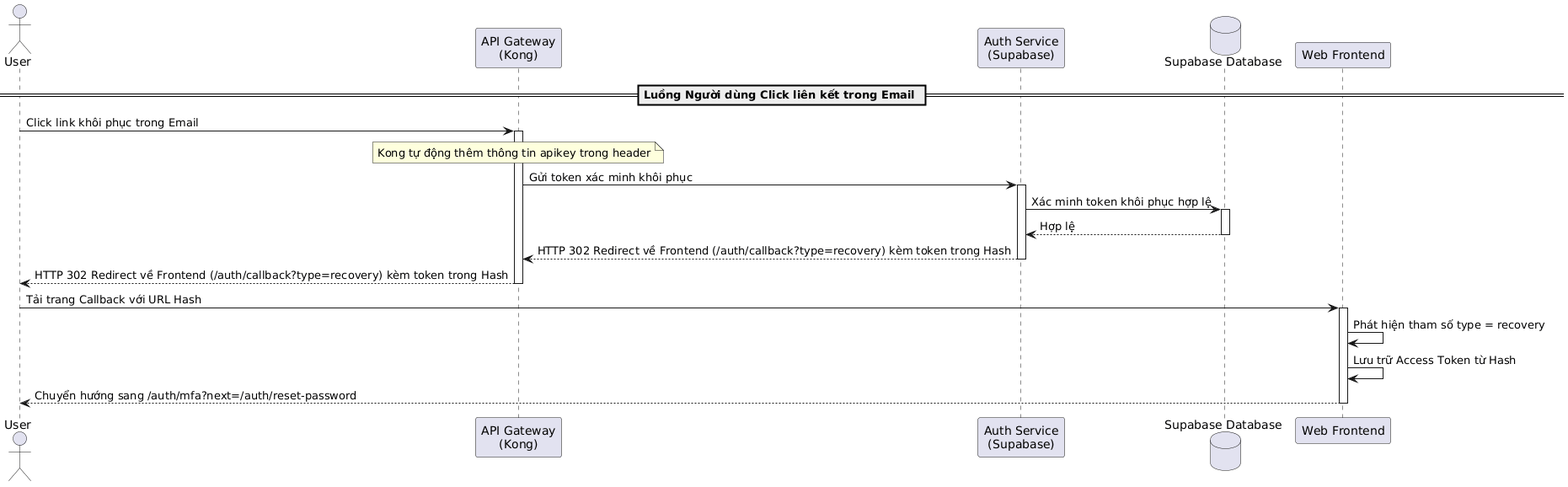
Earlier version of the PlantUML export latex/contents/Sequence/UML-Sequence-UserEmailLinkVerificationRedirect.png (20206205Tech/docs-latex). Source of this version:
```plantuml
@startuml
actor "User" as User
participant "API Gateway\n(Kong)" as Kong
participant "Auth Service\n(Supabase)" as AuthService
database "Supabase Database" as DB
participant "Web Frontend" as Frontend

== Luồng Người dùng Click liên kết trong Email ==
User -> Kong: Click link khôi phục trong Email
activate Kong
note over Kong: Kong tự động thêm thông tin apikey trong header
Kong -> AuthService: Gửi token xác minh khôi phục
activate AuthService
AuthService -> DB: Xác minh token khôi phục hợp lệ
activate DB
DB --> AuthService: Hợp lệ
deactivate DB
AuthService --> Kong: HTTP 302 Redirect về Frontend (/auth/callback?type=recovery) kèm token trong Hash
deactivate AuthService
Kong --> User: HTTP 302 Redirect về Frontend (/auth/callback?type=recovery) kèm token trong Hash
deactivate Kong

User -> Frontend: Tải trang Callback với URL Hash
activate Frontend
Frontend -> Frontend: Phát hiện tham số type = recovery
Frontend -> Frontend: Lưu trữ Access Token từ Hash
Frontend --> User: Chuyển hướng sang /auth/mfa?next=/auth/reset-password
deactivate Frontend
@enduml
```
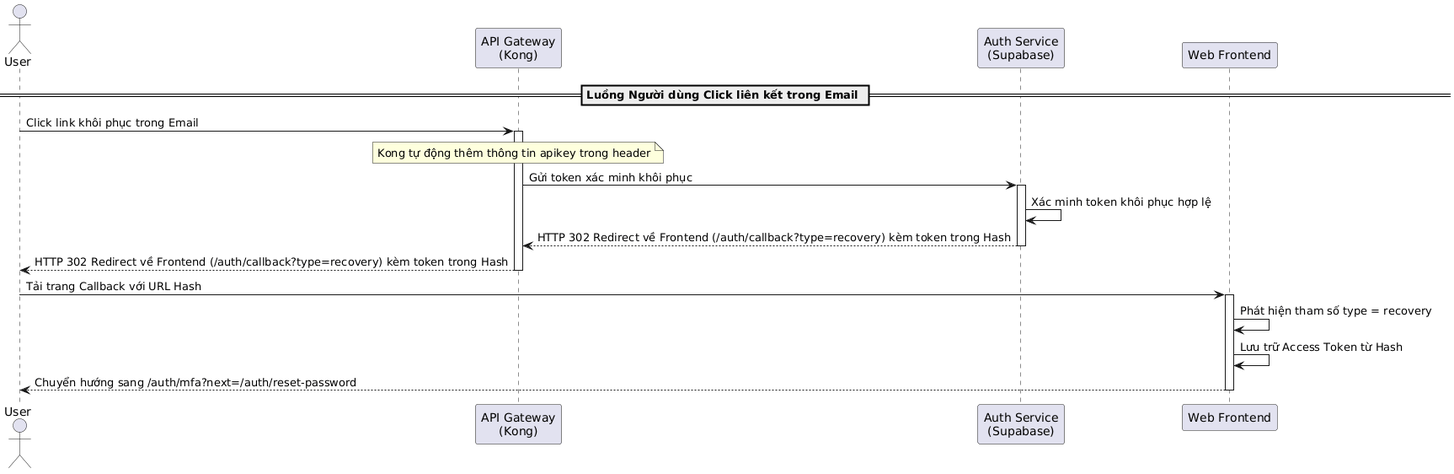
Above is the later version.

The edit, as a diff of the source:
```diff
@@ -2,26 +2,27 @@
 actor "User" as User
 participant "API Gateway\n(Kong)" as Kong
 participant "Auth Service\n(Supabase)" as AuthService
-database "Supabase Database" as DB
 participant "Web Frontend" as Frontend
 
 == Luồng Người dùng Click liên kết trong Email ==
 User -> Kong: Click link khôi phục trong Email
 activate Kong
 note over Kong: Kong tự động thêm thông tin apikey trong header
+
 Kong -> AuthService: Gửi token xác minh khôi phục
 activate AuthService
-AuthService -> DB: Xác minh token khôi phục hợp lệ
-activate DB
-DB --> AuthService: Hợp lệ
-deactivate DB
+
+AuthService -> AuthService: Xác minh token khôi phục hợp lệ
+
 AuthService --> Kong: HTTP 302 Redirect về Frontend (/auth/callback?type=recovery) kèm token trong Hash
 deactivate AuthService
+
 Kong --> User: HTTP 302 Redirect về Frontend (/auth/callback?type=recovery) kèm token trong Hash
 deactivate Kong
 
 User -> Frontend: Tải trang Callback với URL Hash
 activate Frontend
+
 Frontend -> Frontend: Phát hiện tham số type = recovery
 Frontend -> Frontend: Lưu trữ Access Token từ Hash
 Frontend --> User: Chuyển hướng sang /auth/mfa?next=/auth/reset-password
```
